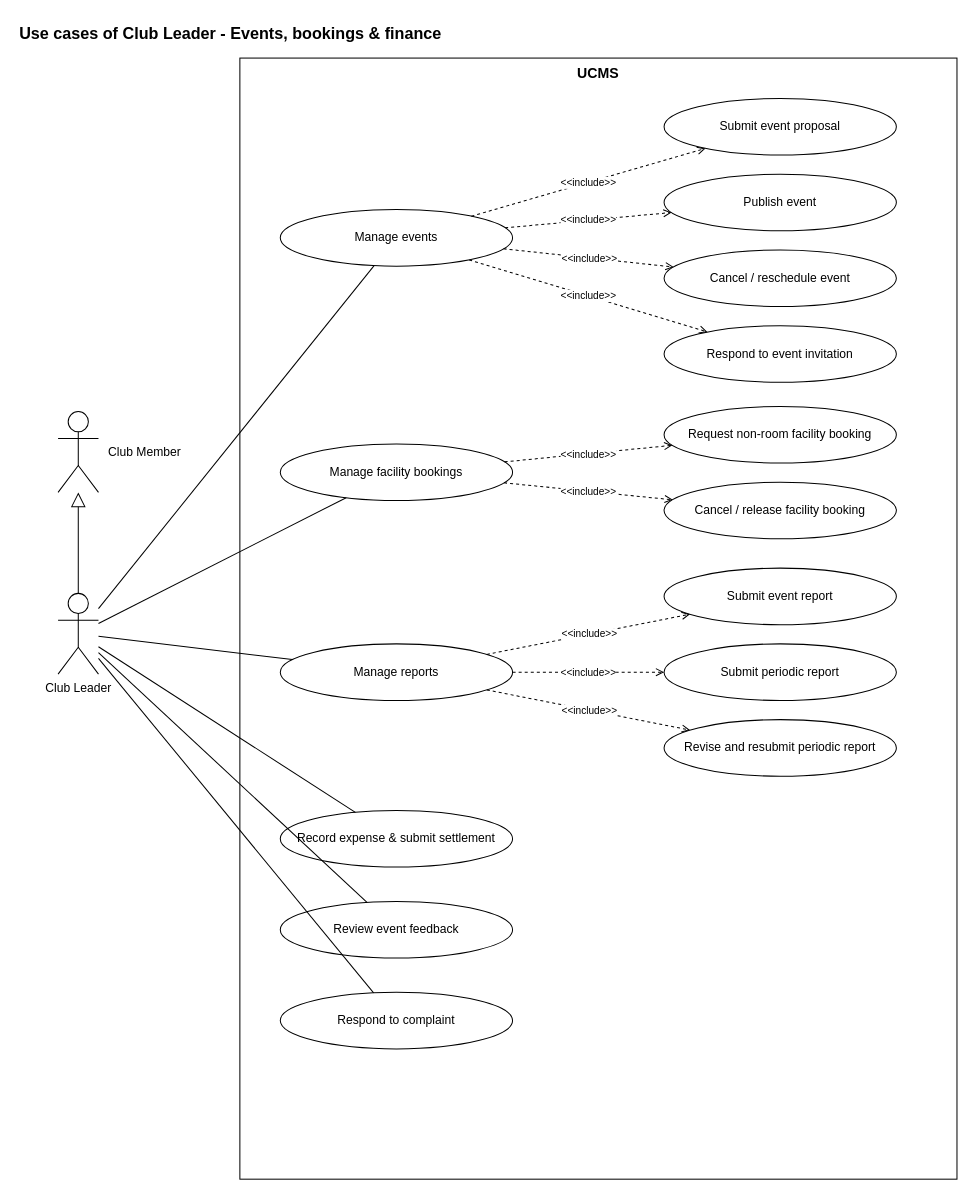
Above: page "Club Leader - Events, bookings & finance" (6 of 9) of docs/03-diagrams/UCMS_UseCase_ByActor.drawio in nvdekay/ClubManagementSystem (draw.io), before the change. Source tidied: cells renumbered, new cells numbered last; positions are measured from the earlier drawing's top-left corner, leaving out a move shared by most shapes. Both pictures are drawn from the tidied source at 101%, with x=0, y=0 at pixel (17, 17).
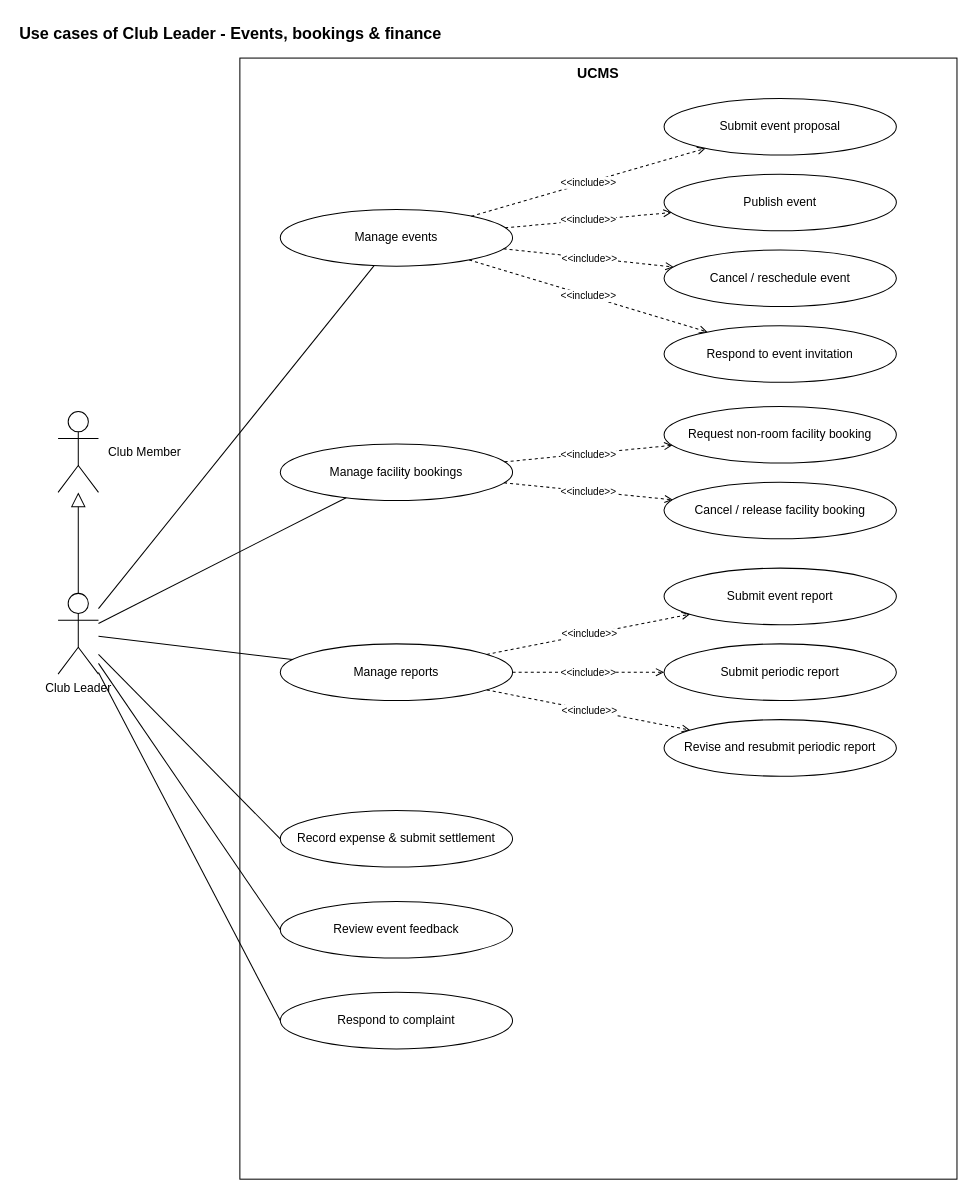
Above is the later version.

Unchanged cells that the change refers to:
```xml
<mxCell id="4" value="Club Leader" style="shape=umlActor;verticalLabelPosition=bottom;verticalAlign=top;html=1;outlineConnect=0;fillColor=#ffffff;strokeColor=#000000;" parent="1" vertex="1">
  <mxGeometry x="40" y="570" width="40" height="80" as="geometry" />
</mxCell>
<mxCell id="31" value="Record expense &amp; submit settlement" style="ellipse;whiteSpace=wrap;html=1;fillColor=#ffffff;strokeColor=#000000;fontSize=12;" parent="1" vertex="1">
  <mxGeometry x="260" y="785" width="230" height="56" as="geometry" />
</mxCell>
<mxCell id="33" value="Review event feedback" style="ellipse;whiteSpace=wrap;html=1;fillColor=#ffffff;strokeColor=#000000;fontSize=12;" parent="1" vertex="1">
  <mxGeometry x="260" y="875" width="230" height="56" as="geometry" />
</mxCell>
<mxCell id="35" value="Respond to complaint" style="ellipse;whiteSpace=wrap;html=1;fillColor=#ffffff;strokeColor=#000000;fontSize=12;" parent="1" vertex="1">
  <mxGeometry x="260" y="965" width="230" height="56" as="geometry" />
</mxCell>
```

Change to the diagram source:
```diff
@@
-    <mxCell id="32" style="endArrow=none;html=1;strokeColor=#000000;" parent="1" edge="1" source="4" target="31">
+    <mxCell id="32" style="endArrow=none;html=1;strokeColor=#000000;entryX=0;entryY=0.5;entryDx=0;entryDy=0;" parent="1" edge="1" source="4" target="31">
       <mxGeometry relative="1" as="geometry" />
     </mxCell>
@@
-    <mxCell id="34" style="endArrow=none;html=1;strokeColor=#000000;" parent="1" edge="1" source="4" target="33">
+    <mxCell id="34" style="endArrow=none;html=1;strokeColor=#000000;entryX=0;entryY=0.5;entryDx=0;entryDy=0;" parent="1" edge="1" source="4" target="33">
       <mxGeometry relative="1" as="geometry" />
     </mxCell>
@@
-    <mxCell id="36" style="endArrow=none;html=1;strokeColor=#000000;" parent="1" edge="1" source="4" target="35">
+    <mxCell id="36" style="endArrow=none;html=1;strokeColor=#000000;entryX=0;entryY=0.5;entryDx=0;entryDy=0;" parent="1" edge="1" source="4" target="35">
       <mxGeometry relative="1" as="geometry" />
     </mxCell>
```
